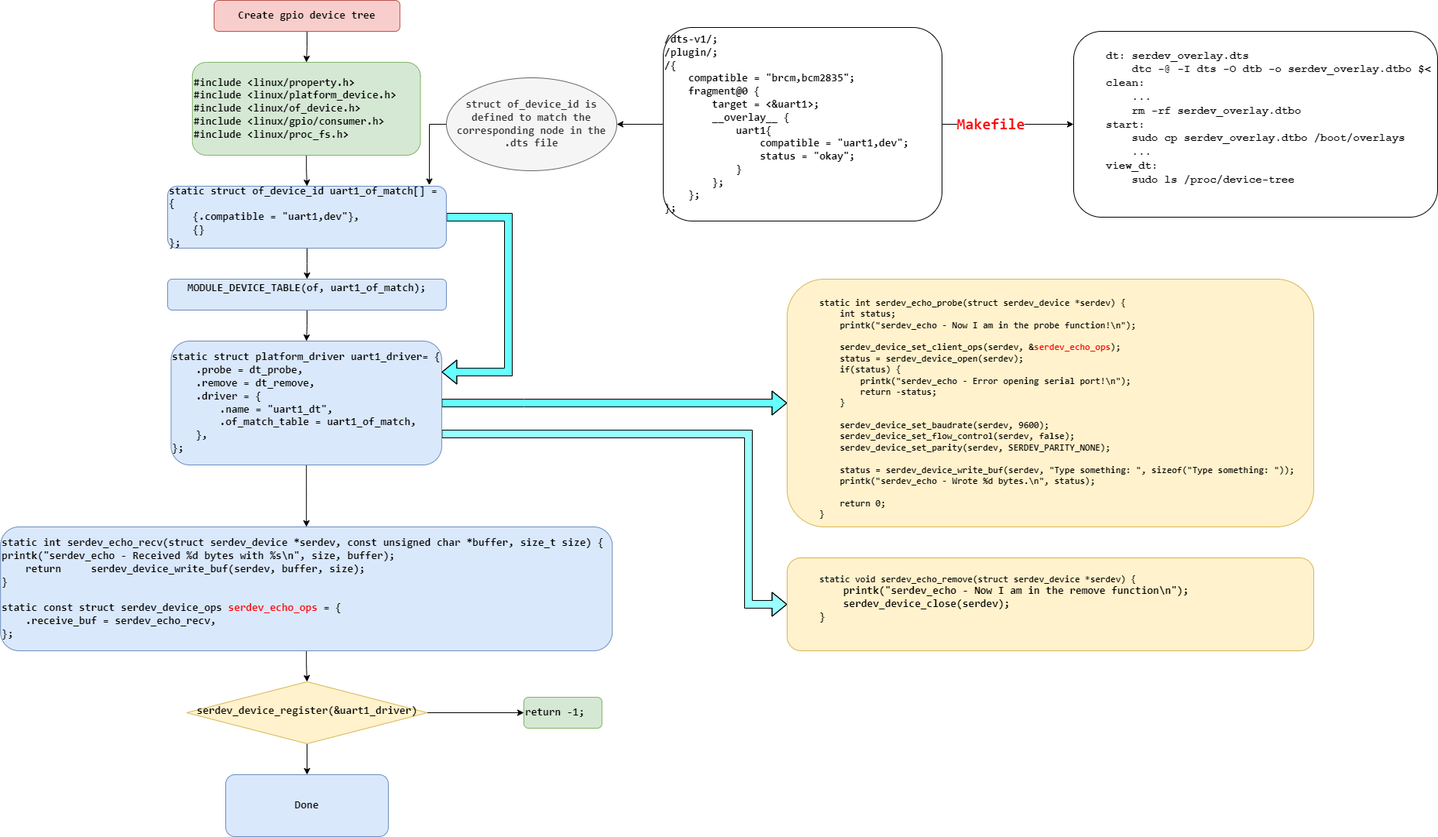
Earlier version of the draw.io export device_driver/k22_uart/image/Linux-uart_device_tree.drawio.png (nghiank97/pi3). Source tidied: cells renumbered, new cells last; positions are measured from the earlier drawing's top-left corner, leaving out a move shared by most shapes.
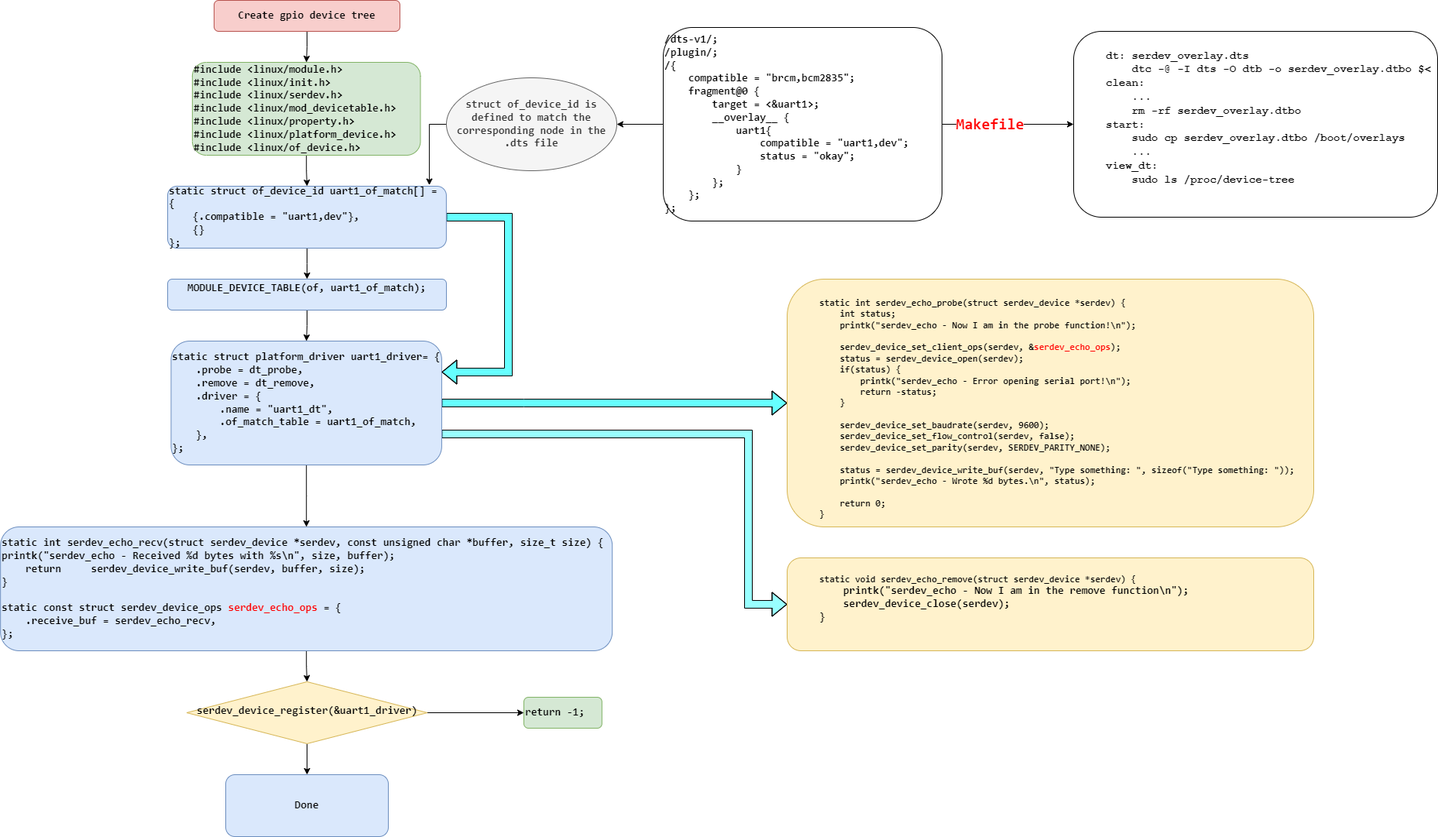
Later version of the same file.

Change to the diagram source:
```diff
@@ -11,7 +11,7 @@
     <mxCell id="4" style="edgeStyle=orthogonalEdgeStyle;rounded=0;jettySize=auto;html=1;" parent="1" edge="1" source="5" target="17">
       <mxGeometry relative="1" as="geometry" />
     </mxCell>
-    <mxCell id="5" value="&lt;div style=&quot;border-color: var(--border-color);&quot;&gt;&lt;div style=&quot;border-color: var(--border-color);&quot;&gt;&lt;b&gt;#include &amp;lt;linux/property.h&amp;gt;&lt;/b&gt;&lt;/div&gt;&lt;div style=&quot;border-color: var(--border-color);&quot;&gt;&lt;b&gt;#include &amp;lt;linux/platform_device.h&amp;gt;&lt;/b&gt;&lt;/div&gt;&lt;div style=&quot;border-color: var(--border-color);&quot;&gt;&lt;b&gt;#include &amp;lt;linux/of_device.h&amp;gt;&lt;/b&gt;&lt;/div&gt;&lt;div style=&quot;border-color: var(--border-color);&quot;&gt;&lt;b&gt;#include &amp;lt;linux/gpio/consumer.h&amp;gt;&lt;/b&gt;&lt;/div&gt;&lt;div style=&quot;border-color: var(--border-color);&quot;&gt;&lt;b&gt;#include &amp;lt;linux/proc_fs.h&amp;gt;&lt;/b&gt;&lt;/div&gt;&lt;/div&gt;" style="rounded=1;whiteSpace=wrap;html=1;fontSize=14;glass=0;strokeWidth=1;shadow=0;fontFamily=Monospace;fillColor=#d5e8d4;strokeColor=#82b366;align=left;" parent="1" vertex="1">
+    <mxCell id="5" value="&lt;div style=&quot;border-color: var(--border-color);&quot;&gt;&lt;div style=&quot;border-color: var(--border-color);&quot;&gt;&lt;div style=&quot;border-color: var(--border-color);&quot;&gt;&lt;b&gt;#include &amp;lt;linux/module.h&amp;gt;&lt;/b&gt;&lt;/div&gt;&lt;div style=&quot;border-color: var(--border-color);&quot;&gt;&lt;b&gt;#include &amp;lt;linux/init.h&amp;gt;&lt;/b&gt;&lt;/div&gt;&lt;div style=&quot;border-color: var(--border-color);&quot;&gt;&lt;b&gt;#include &amp;lt;linux/serdev.h&amp;gt;&lt;/b&gt;&lt;/div&gt;&lt;div style=&quot;border-color: var(--border-color);&quot;&gt;&lt;b&gt;#include &amp;lt;linux/mod_devicetable.h&amp;gt;&lt;/b&gt;&lt;/div&gt;&lt;div style=&quot;border-color: var(--border-color);&quot;&gt;&lt;b&gt;#include &amp;lt;linux/property.h&amp;gt;&lt;/b&gt;&lt;/div&gt;&lt;div style=&quot;border-color: var(--border-color);&quot;&gt;&lt;b&gt;#include &amp;lt;linux/platform_device.h&amp;gt;&lt;/b&gt;&lt;/div&gt;&lt;div style=&quot;border-color: var(--border-color);&quot;&gt;&lt;b&gt;#include &amp;lt;linux/of_device.h&amp;gt;&lt;/b&gt;&lt;/div&gt;&lt;/div&gt;&lt;/div&gt;" style="rounded=1;whiteSpace=wrap;html=1;fontSize=14;glass=0;strokeWidth=1;shadow=0;fontFamily=Monospace;fillColor=#d5e8d4;strokeColor=#82b366;align=left;" parent="1" vertex="1">
       <mxGeometry x="247.9" y="80" width="294.6" height="120" as="geometry" />
     </mxCell>
     <mxCell id="6" style="edgeStyle=orthogonalEdgeStyle;rounded=0;jettySize=auto;html=1;" parent="1" edge="1" source="8" target="18">
```
